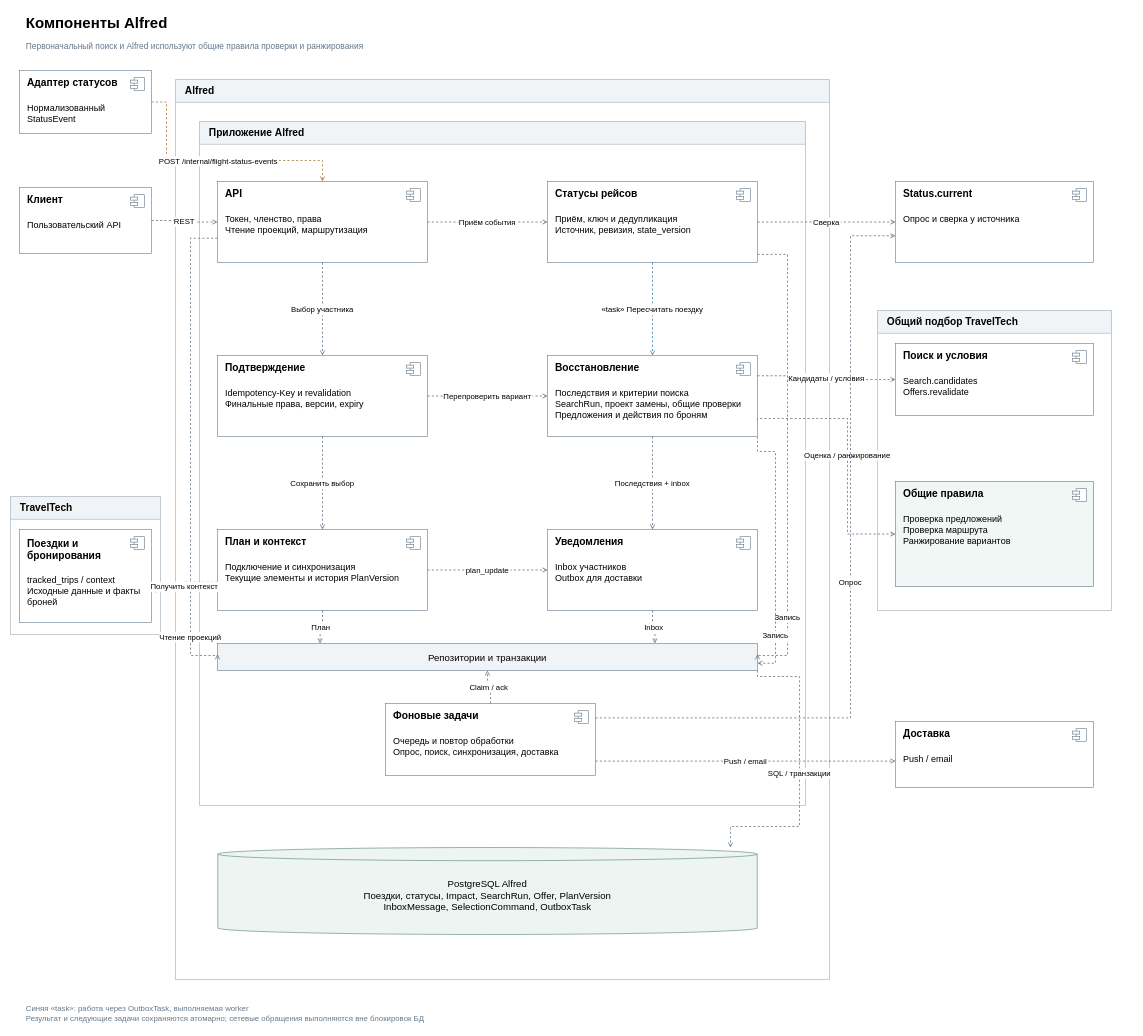
Before: docs/diagrams/05-alfred-components.drawio in klarty-n/alfred-travel-system-design, a draw.io diagram. Source tidied: cells renumbered, new cells numbered last; positions are measured from the earlier drawing's top-left corner, leaving out a move shared by most shapes. Both pictures are drawn from the tidied source at 60%, with x=0, y=0 at pixel (10, 10).
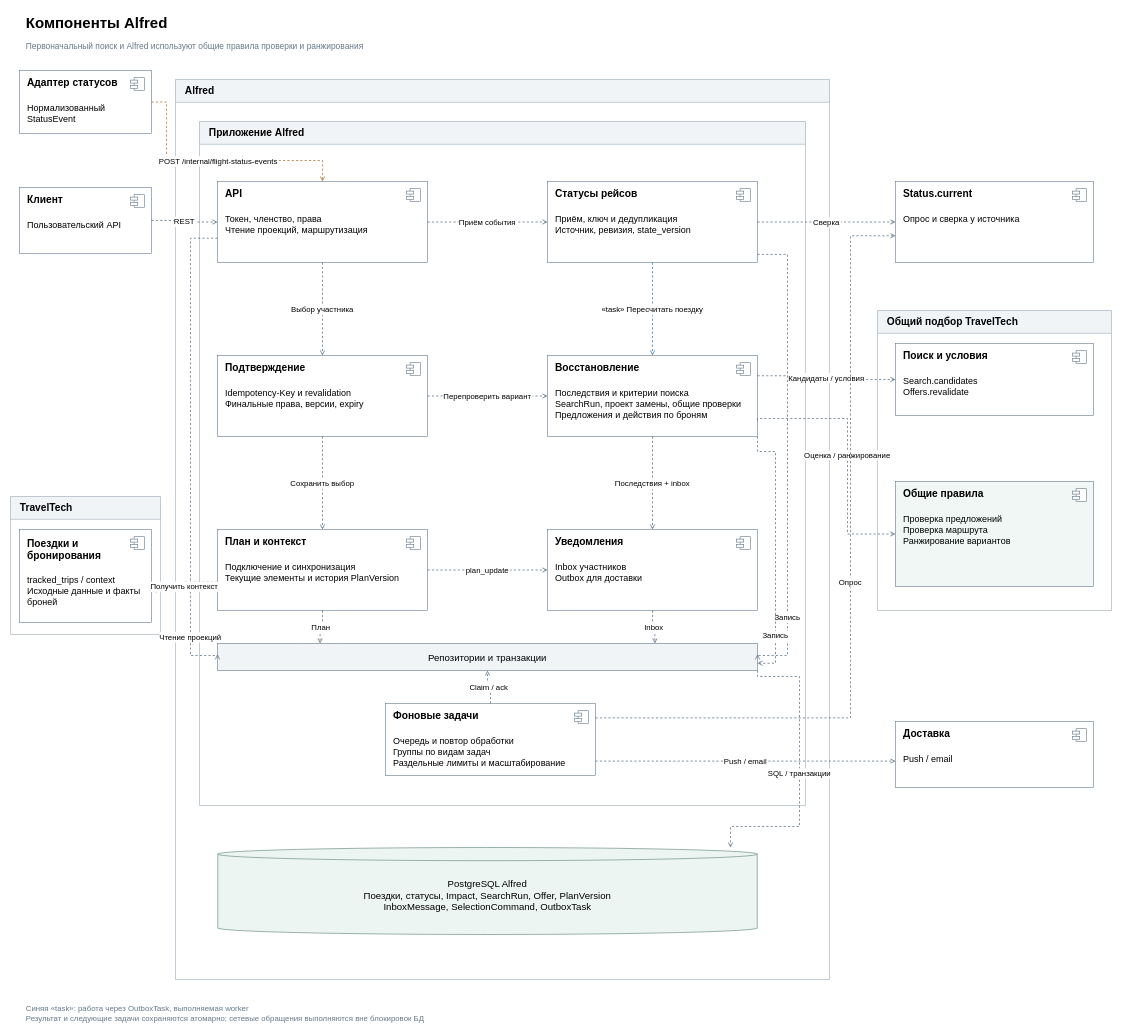
After the change.

The change refers to these unchanged cells:
```xml
<mxCell id="42" style="rounded=0;html=0;whiteSpace=wrap;fillColor=#ffffff;strokeColor=#64788b;fontFamily=Arial;fontSize=15;fillColor=#ffffff;" parent="5" vertex="1">
  <mxGeometry x="310" y="970" width="350" height="120" as="geometry" />
</mxCell>
```

The edit, as a diff of the source:
```diff
@@
-    <mxCell id="44" value="Очередь и повтор обработки&#10;Опрос, поиск, синхронизация, доставка" style="text;html=0;whiteSpace=wrap;align=left;verticalAlign=middle;fontFamily=Arial;fontSize=15;spacing=6;fontSize=15;verticalAlign=top;" parent="42" vertex="1">
+    <mxCell id="44" value="Очередь и повтор обработки&#10;Группы по видам задач&#10;Раздельные лимиты и масштабирование" style="text;html=0;whiteSpace=wrap;align=left;verticalAlign=middle;fontFamily=Arial;fontSize=15;spacing=6;fontSize=15;verticalAlign=top;" parent="42" vertex="1">
       <mxGeometry x="7" y="43" width="336" height="73" as="geometry" />
     </mxCell>
```
